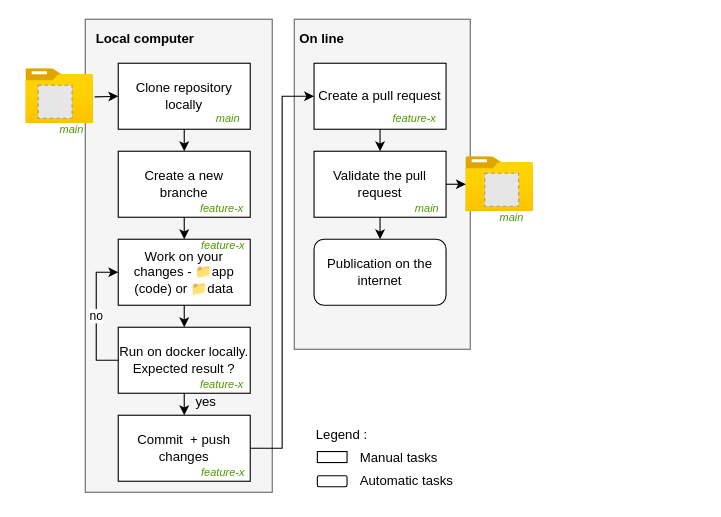
EPFL-ENAC/LASUR-R-SHINY keeps this draw.io diagram as docs/statics/Untitled Diagram.drawio. Above is the earlier version. Source tidied: cells renumbered, new cells numbered last; positions are measured from the earlier drawing's top-left corner, leaving out a move shared by most shapes. Both pictures are drawn from the tidied source at 110%, with x=0, y=0 at pixel (19, 19). Pictures stored in the file or linked from it are replaced by grey dashed boxes.
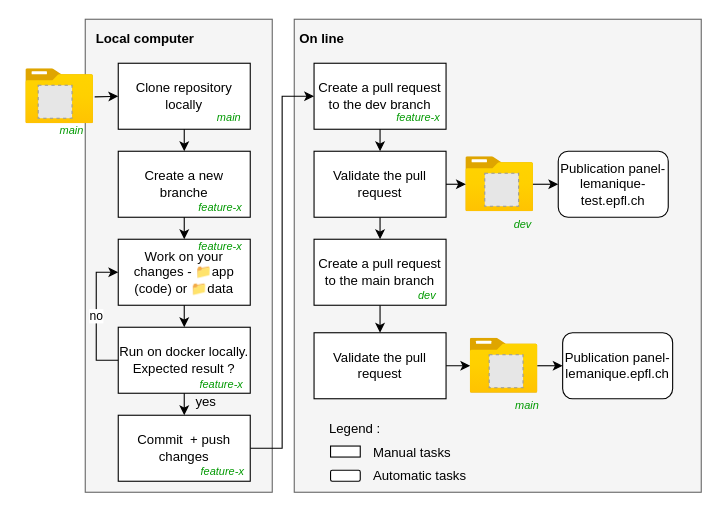
After the change.

The change refers to these unchanged cells:
```xml
<mxCell id="17" value="Validate the pull request" style="rounded=0;whiteSpace=wrap;html=1;" parent="1" vertex="1">
  <mxGeometry x="268" y="120" width="120" height="60" as="geometry" />
</mxCell>
<mxCell id="23" style="html=1;points=[];align=center;image;fontSize=12;image=img/lib/azure2/general/Folder_Blank.svg;" parent="22" vertex="1">
  <mxGeometry width="61.6" height="50" as="geometry" />
</mxCell>
```

The edit, as a diff of the source:
```diff
@@
     <mxCell id="2" style="rounded=0;whiteSpace=wrap;html=1;fillColor=#f5f5f5;fontColor=#333333;strokeColor=#666666;" parent="1" vertex="1">
-      <mxGeometry x="250" width="160" height="300" as="geometry" />
+      <mxGeometry x="250" width="370" height="430" as="geometry" />
     </mxCell>
@@
-    <mxCell id="16" value="Create a pull request" style="rounded=0;whiteSpace=wrap;html=1;" parent="1" vertex="1">
+    <mxCell id="16" value="Create a pull request to the dev branch" style="rounded=0;whiteSpace=wrap;html=1;" parent="1" vertex="1">
       <mxGeometry x="268" y="40" width="120" height="60" as="geometry" />
     </mxCell>
+    <mxCell id="45" style="edgeStyle=orthogonalEdgeStyle;rounded=0;jettySize=auto;html=1;exitX=0.5;exitY=1;exitDx=0;exitDy=0;entryX=0.5;entryY=0;entryDx=0;entryDy=0;fontSize=12;fontColor=#000000;" parent="1" edge="1" source="17" target="55">
+      <mxGeometry relative="1" as="geometry" />
+    </mxCell>
@@
-    <mxCell id="27" value="Publication on the internet" style="rounded=1;whiteSpace=wrap;html=1;" parent="1" vertex="1">
-      <mxGeometry x="268" y="200" width="120" height="60" as="geometry" />
+    <mxCell id="27" value="Publication panel-lemanique-test.epfl.ch" style="rounded=1;whiteSpace=wrap;html=1;" parent="1" vertex="1">
+      <mxGeometry x="490" y="120" width="100" height="60" as="geometry" />
     </mxCell>
-    <mxCell id="28" style="endArrow=classic;html=1;rounded=0;exitX=0.5;exitY=1;exitDx=0;exitDy=0;" parent="1" edge="1" source="17" target="27">
+    <mxCell id="28" style="endArrow=classic;html=1;rounded=0;exitX=0.99;exitY=0.5;exitDx=0;exitDy=0;exitPerimeter=0;" parent="1" edge="1" source="23" target="27">
       <mxGeometry relative="1" as="geometry" />
     </mxCell>
@@
     <mxCell id="31" style="rounded=0;whiteSpace=wrap;html=1;" parent="1" vertex="1">
-      <mxGeometry x="271" y="393" width="27" height="10" as="geometry" />
+      <mxGeometry x="283" y="388" width="27" height="10" as="geometry" />
     </mxCell>
     <mxCell id="32" value="Manual tasks" style="text;html=1;strokeColor=none;fillColor=none;align=left;verticalAlign=middle;whiteSpace=wrap;rounded=0;" parent="1" vertex="1">
-      <mxGeometry x="308" y="384" width="110" height="30" as="geometry" />
+      <mxGeometry x="320" y="379" width="110" height="30" as="geometry" />
     </mxCell>
     <mxCell id="33" style="rounded=1;whiteSpace=wrap;html=1;" parent="1" vertex="1">
-      <mxGeometry x="271" y="415" width="27" height="10" as="geometry" />
+      <mxGeometry x="283" y="410" width="27" height="10" as="geometry" />
     </mxCell>
     <mxCell id="34" value="Automatic tasks" style="text;html=1;strokeColor=none;fillColor=none;align=left;verticalAlign=middle;whiteSpace=wrap;rounded=0;" parent="1" vertex="1">
-      <mxGeometry x="308" y="405" width="110" height="30" as="geometry" />
+      <mxGeometry x="320" y="400" width="110" height="30" as="geometry" />
     </mxCell>
     <mxCell id="35" value="Legend :" style="text;html=1;strokeColor=none;fillColor=none;align=left;verticalAlign=middle;whiteSpace=wrap;rounded=0;" parent="1" vertex="1">
-      <mxGeometry x="268" y="363" width="110" height="30" as="geometry" />
+      <mxGeometry x="280" y="358" width="110" height="30" as="geometry" />
     </mxCell>
-    <mxCell id="36" value="&lt;i&gt;&lt;font style=&quot;font-size: 10px;&quot; color=&quot;#4d9900&quot;&gt;main&lt;/font&gt;&lt;/i&gt;" style="text;html=1;strokeColor=none;fillColor=none;align=center;verticalAlign=middle;whiteSpace=wrap;rounded=0;" parent="1" vertex="1">
-      <mxGeometry x="170" y="85" width="40" height="10" as="geometry" />
-    </mxCell>
-    <mxCell id="37" value="&lt;i&gt;&lt;font style=&quot;font-size: 10px;&quot; color=&quot;#4d9900&quot;&gt;main&lt;/font&gt;&lt;/i&gt;" style="text;html=1;strokeColor=none;fillColor=none;align=center;verticalAlign=middle;whiteSpace=wrap;rounded=0;" parent="1" vertex="1">
-      <mxGeometry x="28" y="95" width="40" height="10" as="geometry" />
-    </mxCell>
-    <mxCell id="38" value="&lt;i&gt;&lt;font style=&quot;font-size: 10px;&quot; color=&quot;#4d9900&quot;&gt;main&lt;/font&gt;&lt;/i&gt;" style="text;html=1;strokeColor=none;fillColor=none;align=center;verticalAlign=middle;whiteSpace=wrap;rounded=0;" parent="1" vertex="1">
-      <mxGeometry x="427.6" y="175" width="40" height="10" as="geometry" />
-    </mxCell>
-    <mxCell id="39" value="&lt;i&gt;&lt;font style=&quot;font-size: 10px;&quot; color=&quot;#4d9900&quot;&gt;main&lt;/font&gt;&lt;/i&gt;" style="text;html=1;strokeColor=none;fillColor=none;align=center;verticalAlign=middle;whiteSpace=wrap;rounded=0;" parent="1" vertex="1">
-      <mxGeometry x="351" y="167" width="40" height="10" as="geometry" />
-    </mxCell>
-    <mxCell id="40" value="&lt;i&gt;&lt;font style=&quot;font-size: 10px;&quot; color=&quot;#4d9900&quot;&gt;feature-x&lt;/font&gt;&lt;/i&gt;" style="text;html=1;strokeColor=none;fillColor=none;align=center;verticalAlign=middle;whiteSpace=wrap;rounded=0;" parent="1" vertex="1">
-      <mxGeometry x="159.2" y="167" width="50.8" height="10" as="geometry" />
-    </mxCell>
-    <mxCell id="41" value="&lt;i&gt;&lt;font style=&quot;font-size: 10px;&quot; color=&quot;#4d9900&quot;&gt;feature-x&lt;/font&gt;&lt;/i&gt;" style="text;html=1;strokeColor=none;fillColor=none;align=center;verticalAlign=middle;whiteSpace=wrap;rounded=0;" parent="1" vertex="1">
-      <mxGeometry x="160.2" y="200" width="50.8" height="10" as="geometry" />
-    </mxCell>
-    <mxCell id="42" value="&lt;i&gt;&lt;font style=&quot;font-size: 10px;&quot; color=&quot;#4d9900&quot;&gt;feature-x&lt;/font&gt;&lt;/i&gt;" style="text;html=1;strokeColor=none;fillColor=none;align=center;verticalAlign=middle;whiteSpace=wrap;rounded=0;" parent="1" vertex="1">
-      <mxGeometry x="159.2" y="327" width="50.8" height="10" as="geometry" />
-    </mxCell>
-    <mxCell id="43" value="&lt;i&gt;&lt;font style=&quot;font-size: 10px;&quot; color=&quot;#4d9900&quot;&gt;feature-x&lt;/font&gt;&lt;/i&gt;" style="text;html=1;strokeColor=none;fillColor=none;align=center;verticalAlign=middle;whiteSpace=wrap;rounded=0;" parent="1" vertex="1">
-      <mxGeometry x="160.2" y="407" width="50.8" height="10" as="geometry" />
-    </mxCell>
-    <mxCell id="44" value="&lt;i&gt;&lt;font style=&quot;font-size: 10px;&quot; color=&quot;#4d9900&quot;&gt;feature-x&lt;/font&gt;&lt;/i&gt;" style="text;html=1;strokeColor=none;fillColor=none;align=center;verticalAlign=middle;whiteSpace=wrap;rounded=0;" parent="1" vertex="1">
-      <mxGeometry x="334" y="85" width="50.8" height="10" as="geometry" />
-    </mxCell>
+    <mxCell id="46" value="&lt;font size=&quot;1&quot; color=&quot;#009900&quot;&gt;&lt;i style=&quot;&quot;&gt;main&lt;/i&gt;&lt;/font&gt;" style="text;html=1;strokeColor=none;fillColor=none;align=center;verticalAlign=middle;whiteSpace=wrap;rounded=0;" parent="1" vertex="1">
+      <mxGeometry x="38" y="93" width="20" height="15" as="geometry" />
+    </mxCell>
+    <mxCell id="47" value="&lt;font size=&quot;1&quot; color=&quot;#009900&quot;&gt;&lt;i style=&quot;&quot;&gt;main&lt;/i&gt;&lt;/font&gt;" style="text;html=1;strokeColor=none;fillColor=none;align=center;verticalAlign=middle;whiteSpace=wrap;rounded=0;" parent="1" vertex="1">
+      <mxGeometry x="181" y="81" width="20" height="15" as="geometry" />
+    </mxCell>
+    <mxCell id="48" value="&lt;font size=&quot;1&quot; color=&quot;#009900&quot;&gt;&lt;i style=&quot;&quot;&gt;feature-x&lt;/i&gt;&lt;/font&gt;" style="text;html=1;strokeColor=none;fillColor=none;align=center;verticalAlign=middle;whiteSpace=wrap;rounded=0;" parent="1" vertex="1">
+      <mxGeometry x="158" y="163" width="50" height="15" as="geometry" />
+    </mxCell>
+    <mxCell id="49" value="&lt;font size=&quot;1&quot; color=&quot;#009900&quot;&gt;&lt;i style=&quot;&quot;&gt;feature-x&lt;/i&gt;&lt;/font&gt;" style="text;html=1;strokeColor=none;fillColor=none;align=center;verticalAlign=middle;whiteSpace=wrap;rounded=0;" parent="1" vertex="1">
+      <mxGeometry x="158" y="198" width="50" height="15" as="geometry" />
+    </mxCell>
+    <mxCell id="50" value="&lt;font size=&quot;1&quot; color=&quot;#009900&quot;&gt;&lt;i style=&quot;&quot;&gt;feature-x&lt;/i&gt;&lt;/font&gt;" style="text;html=1;strokeColor=none;fillColor=none;align=center;verticalAlign=middle;whiteSpace=wrap;rounded=0;" parent="1" vertex="1">
+      <mxGeometry x="159" y="324" width="50" height="15" as="geometry" />
+    </mxCell>
+    <mxCell id="51" value="&lt;font size=&quot;1&quot; color=&quot;#009900&quot;&gt;&lt;i style=&quot;&quot;&gt;feature-x&lt;/i&gt;&lt;/font&gt;" style="text;html=1;strokeColor=none;fillColor=none;align=center;verticalAlign=middle;whiteSpace=wrap;rounded=0;" parent="1" vertex="1">
+      <mxGeometry x="160" y="403" width="50" height="15" as="geometry" />
+    </mxCell>
+    <mxCell id="52" value="&lt;font size=&quot;1&quot; color=&quot;#009900&quot;&gt;&lt;i style=&quot;&quot;&gt;feature-x&lt;/i&gt;&lt;/font&gt;" style="text;html=1;strokeColor=none;fillColor=none;align=center;verticalAlign=middle;whiteSpace=wrap;rounded=0;" parent="1" vertex="1">
+      <mxGeometry x="338" y="81" width="50" height="15" as="geometry" />
+    </mxCell>
+    <mxCell id="53" value="&lt;font size=&quot;1&quot; color=&quot;#009900&quot;&gt;&lt;i style=&quot;&quot;&gt;dev&lt;/i&gt;&lt;/font&gt;" style="text;html=1;strokeColor=none;fillColor=none;align=center;verticalAlign=middle;whiteSpace=wrap;rounded=0;" parent="1" vertex="1">
+      <mxGeometry x="447.6" y="178" width="20" height="15" as="geometry" />
+    </mxCell>
+    <mxCell id="54" style="edgeStyle=orthogonalEdgeStyle;rounded=0;jettySize=auto;html=1;exitX=0.5;exitY=1;exitDx=0;exitDy=0;entryX=0.5;entryY=0;entryDx=0;entryDy=0;fontSize=12;fontColor=#000000;" parent="1" edge="1" source="55" target="58">
+      <mxGeometry relative="1" as="geometry" />
+    </mxCell>
+    <mxCell id="55" value="Create a pull request to the main branch" style="rounded=0;whiteSpace=wrap;html=1;" parent="1" vertex="1">
+      <mxGeometry x="268" y="200" width="120" height="60" as="geometry" />
+    </mxCell>
+    <mxCell id="56" value="&lt;font size=&quot;1&quot; color=&quot;#009900&quot;&gt;&lt;i style=&quot;&quot;&gt;dev&lt;/i&gt;&lt;/font&gt;" style="text;html=1;strokeColor=none;fillColor=none;align=center;verticalAlign=middle;whiteSpace=wrap;rounded=0;" parent="1" vertex="1">
+      <mxGeometry x="361" y="243" width="20" height="15" as="geometry" />
+    </mxCell>
+    <mxCell id="57" style="edgeStyle=orthogonalEdgeStyle;rounded=0;jettySize=auto;html=1;exitX=1;exitY=0.5;exitDx=0;exitDy=0;fontSize=12;fontColor=#000000;" parent="1" edge="1" source="58" target="60">
+      <mxGeometry relative="1" as="geometry" />
+    </mxCell>
+    <mxCell id="58" value="Validate the pull request" style="rounded=0;whiteSpace=wrap;html=1;" parent="1" vertex="1">
+      <mxGeometry x="268" y="285" width="120" height="60" as="geometry" />
+    </mxCell>
+    <mxCell id="59" style="group;" parent="1" vertex="1">
+      <mxGeometry x="410" y="290" width="61.6" height="50" as="geometry" />
+    </mxCell>
+    <mxCell id="60" style="html=1;points=[];align=center;image;fontSize=12;image=img/lib/azure2/general/Folder_Blank.svg;" parent="59" vertex="1">
+      <mxGeometry width="61.6" height="50" as="geometry" />
+    </mxCell>
+    <mxCell id="61" style="fillColor=#E6E6E6;strokeColor=#999999;dashed=1;verticalLabelPosition=bottom;labelBackgroundColor=default;verticalAlign=top;" parent="59" vertex="1">
+      <mxGeometry x="17.2" y="15" width="30.8" height="30" as="geometry" />
+    </mxCell>
+    <mxCell id="62" value="Publication panel-lemanique.epfl.ch" style="rounded=1;whiteSpace=wrap;html=1;" parent="1" vertex="1">
+      <mxGeometry x="494" y="285" width="100" height="60" as="geometry" />
+    </mxCell>
+    <mxCell id="63" style="endArrow=classic;html=1;rounded=0;exitX=0.99;exitY=0.5;exitDx=0;exitDy=0;exitPerimeter=0;" parent="1" edge="1" source="60" target="62">
+      <mxGeometry relative="1" as="geometry" />
+    </mxCell>
+    <mxCell id="64" value="&lt;font size=&quot;1&quot; color=&quot;#009900&quot;&gt;&lt;i style=&quot;&quot;&gt;main&lt;/i&gt;&lt;/font&gt;" style="text;html=1;strokeColor=none;fillColor=none;align=center;verticalAlign=middle;whiteSpace=wrap;rounded=0;" parent="1" vertex="1">
+      <mxGeometry x="451.6" y="343" width="20" height="15" as="geometry" />
+    </mxCell>
```
